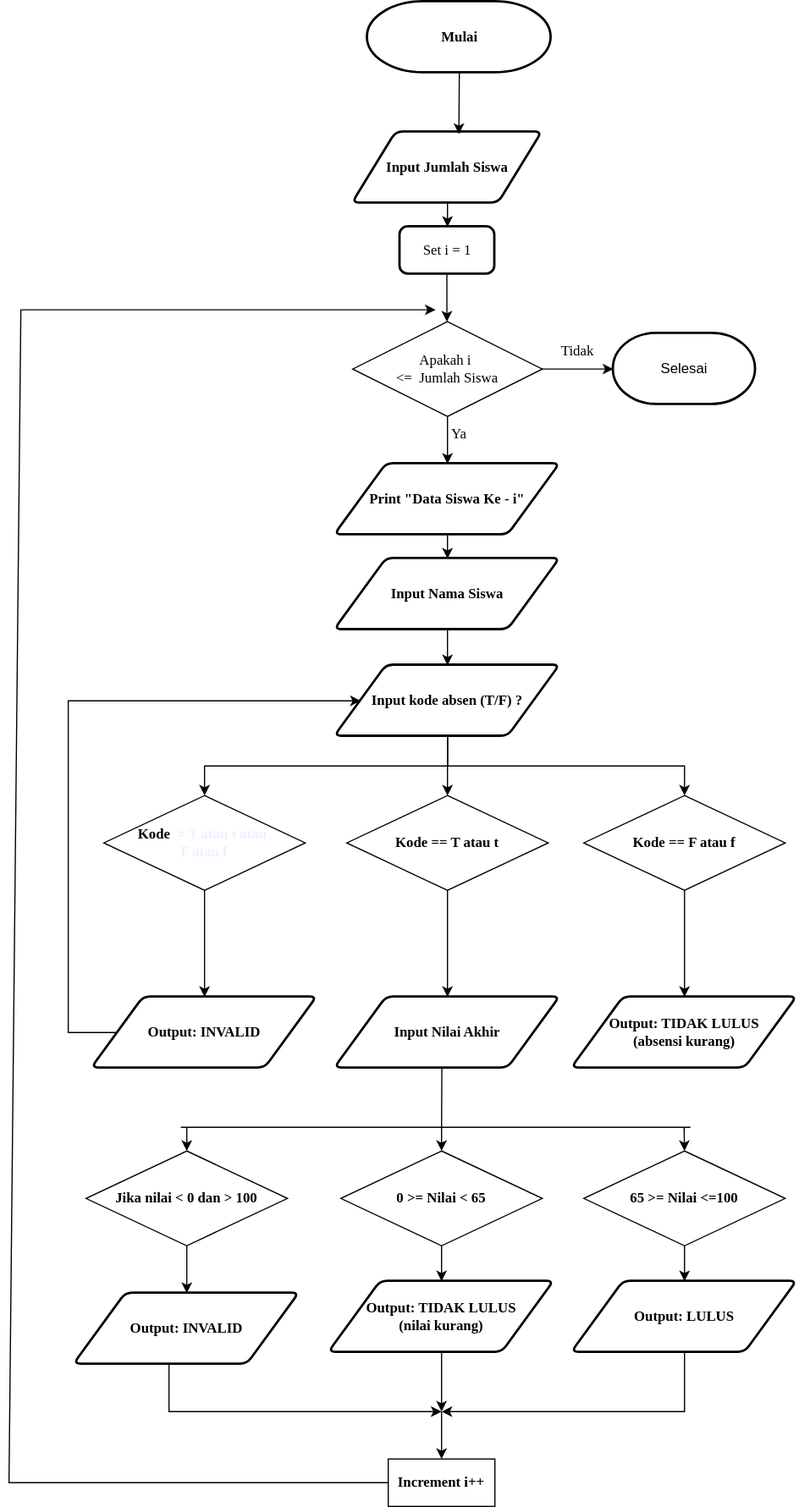
Before: FlowChart.svg, a diagram exported from draw.io (Franzz07/Projek-Sederhana-Program-Kelulusan-Siswa). Source tidied: cells renumbered, new cells last; positions are measured from the earlier drawing's top-left corner, leaving out a move shared by most shapes.
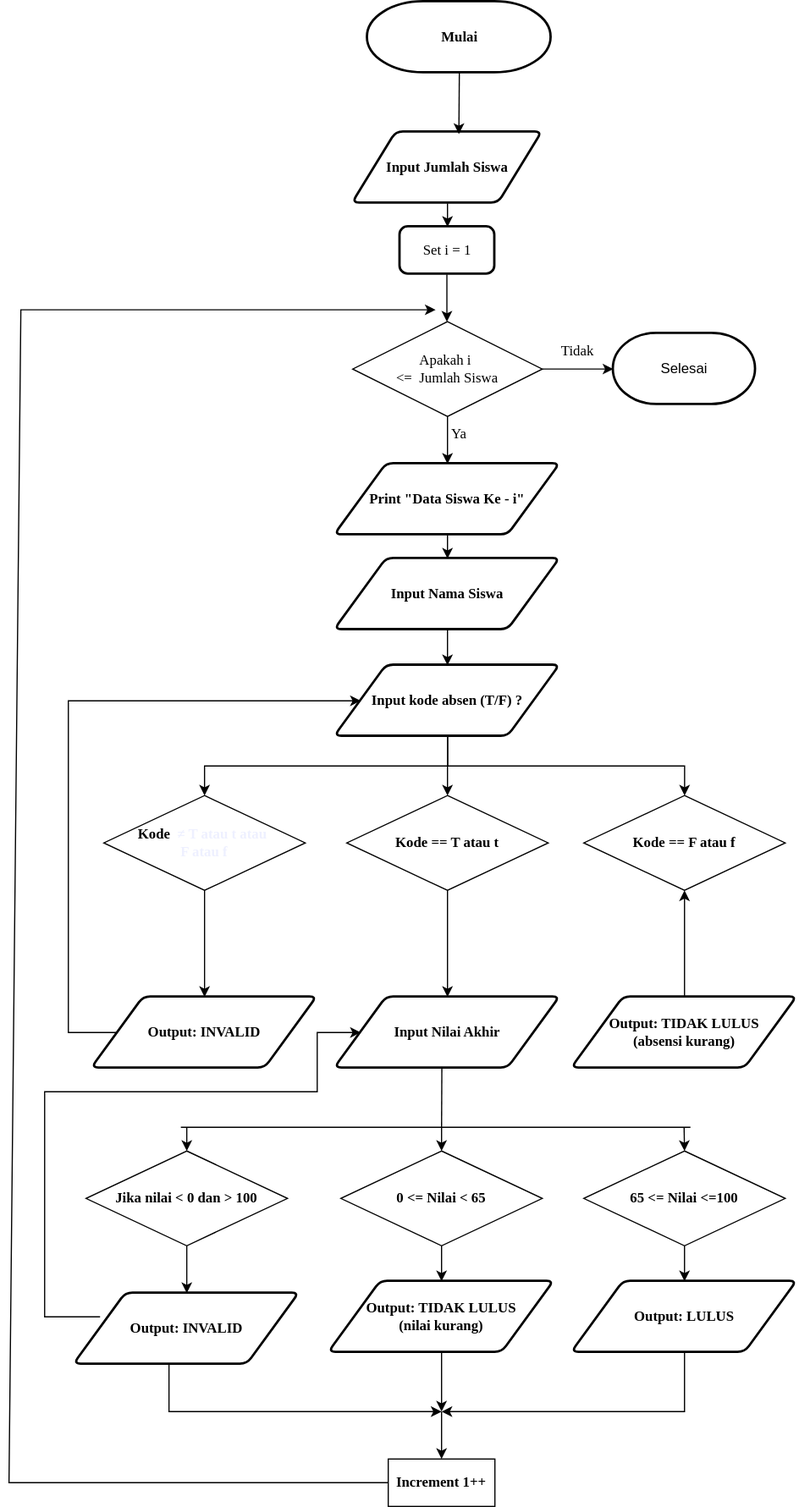
Later version of the same file.

Change to the diagram source:
```diff
@@ -78,6 +78,9 @@
     <mxCell id="22" value="&lt;font face=&quot;Times New Roman&quot;&gt;&lt;b&gt;Kode&amp;nbsp;&amp;nbsp;&lt;/b&gt;&lt;/font&gt;&lt;span style=&quot;text-align: start;&quot;&gt;&lt;font style=&quot;color: light-dark(rgb(238, 240, 255), rgb(255, 255, 255));&quot; face=&quot;Times New Roman&quot;&gt;&lt;b style=&quot;&quot;&gt;≠ T atau t atau&amp;nbsp;&lt;/b&gt;&lt;/font&gt;&lt;/span&gt;&lt;div&gt;&lt;span style=&quot;text-align: start;&quot;&gt;&lt;font style=&quot;color: light-dark(rgb(238, 240, 255), rgb(255, 255, 255));&quot; face=&quot;Times New Roman&quot;&gt;&lt;b style=&quot;&quot;&gt;F atau f&lt;/b&gt;&lt;/font&gt;&lt;/span&gt;&lt;/div&gt;" style="rhombus;whiteSpace=wrap;html=1;" parent="1" vertex="1">
       <mxGeometry x="80" y="670" width="170" height="80" as="geometry" />
     </mxCell>
+    <mxCell id="52" style="edgeStyle=orthogonalEdgeStyle;rounded=0;jettySize=auto;html=1;" parent="1" edge="1" source="23" target="47">
+      <mxGeometry relative="1" as="geometry" />
+    </mxCell>
     <mxCell id="23" value="&lt;b&gt;&lt;font face=&quot;Times New Roman&quot;&gt;Output: TIDAK LULUS&lt;/font&gt;&lt;/b&gt;&lt;div&gt;&lt;b&gt;&lt;font face=&quot;Times New Roman&quot;&gt;(absensi kurang)&lt;/font&gt;&lt;/b&gt;&lt;/div&gt;" style="shape=parallelogram;html=1;strokeWidth=2;perimeter=parallelogramPerimeter;whiteSpace=wrap;rounded=1;arcSize=12;size=0.23;" parent="1" vertex="1">
       <mxGeometry x="475" y="840" width="190" height="60" as="geometry" />
     </mxCell>
@@ -92,10 +95,10 @@
     <mxCell id="26" value="&lt;b&gt;&lt;font face=&quot;Times New Roman&quot;&gt;Jika nilai &amp;lt; 0 dan &amp;gt; 100&lt;/font&gt;&lt;/b&gt;" style="rhombus;whiteSpace=wrap;html=1;" parent="1" vertex="1">
       <mxGeometry x="65" y="970" width="170" height="80" as="geometry" />
     </mxCell>
-    <mxCell id="27" value="&lt;font face=&quot;Times New Roman&quot;&gt;&lt;b&gt;65 &amp;gt;&lt;/b&gt;&lt;/font&gt;&lt;font face=&quot;Times New Roman&quot;&gt;&lt;b&gt;= Nilai &amp;lt;=100&lt;/b&gt;&lt;/font&gt;" style="rhombus;whiteSpace=wrap;html=1;" parent="1" vertex="1">
+    <mxCell id="27" value="&lt;font face=&quot;Times New Roman&quot;&gt;&lt;b&gt;65&amp;nbsp;&lt;/b&gt;&lt;/font&gt;&lt;b style=&quot;font-family: &amp;quot;Times New Roman&amp;quot;;&quot;&gt;&amp;lt;&lt;/b&gt;&lt;font face=&quot;Times New Roman&quot;&gt;&lt;b&gt;= Nilai &amp;lt;=100&lt;/b&gt;&lt;/font&gt;" style="rhombus;whiteSpace=wrap;html=1;" parent="1" vertex="1">
       <mxGeometry x="485" y="970" width="170" height="80" as="geometry" />
     </mxCell>
-    <mxCell id="28" value="&lt;font face=&quot;Times New Roman&quot;&gt;&lt;b&gt;0 &amp;gt;&lt;/b&gt;&lt;/font&gt;&lt;font face=&quot;Times New Roman&quot;&gt;&lt;b&gt;=&lt;/b&gt;&lt;/font&gt;&lt;font face=&quot;Times New Roman&quot;&gt;&lt;b&gt;&amp;nbsp;Nilai &amp;lt; 65&lt;/b&gt;&lt;/font&gt;" style="rhombus;whiteSpace=wrap;html=1;" parent="1" vertex="1">
+    <mxCell id="28" value="&lt;font face=&quot;Times New Roman&quot;&gt;&lt;b&gt;0&amp;nbsp;&lt;/b&gt;&lt;/font&gt;&lt;b style=&quot;font-family: &amp;quot;Times New Roman&amp;quot;;&quot;&gt;&amp;lt;&lt;/b&gt;&lt;font face=&quot;Times New Roman&quot;&gt;&lt;b&gt;=&lt;/b&gt;&lt;/font&gt;&lt;font face=&quot;Times New Roman&quot;&gt;&lt;b&gt;&amp;nbsp;Nilai &amp;lt; 65&lt;/b&gt;&lt;/font&gt;" style="rhombus;whiteSpace=wrap;html=1;" parent="1" vertex="1">
       <mxGeometry x="280" y="970" width="170" height="80" as="geometry" />
     </mxCell>
     <mxCell id="29" style="endArrow=none;html=1;rounded=0;" parent="1" edge="1">
@@ -129,6 +132,17 @@
         </Array>
       </mxGeometry>
     </mxCell>
+    <mxCell id="53" style="edgeStyle=orthogonalEdgeStyle;rounded=0;jettySize=auto;html=1;exitX=0;exitY=0.5;exitDx=0;exitDy=0;" parent="1" edge="1" target="24">
+      <mxGeometry relative="1" as="geometry">
+        <mxPoint x="76.9" y="1110" as="sourcePoint" />
+        <Array as="points">
+          <mxPoint x="30" y="1110" />
+          <mxPoint x="30" y="920" />
+          <mxPoint x="260" y="920" />
+          <mxPoint x="260" y="870" />
+        </Array>
+      </mxGeometry>
+    </mxCell>
     <mxCell id="34" value="&lt;font face=&quot;Times New Roman&quot; style=&quot;&quot;&gt;&lt;b&gt;Output: INVALID&lt;/b&gt;&lt;/font&gt;" style="shape=parallelogram;html=1;strokeWidth=2;perimeter=parallelogramPerimeter;whiteSpace=wrap;rounded=1;arcSize=12;size=0.23;" parent="1" vertex="1">
       <mxGeometry x="55" y="1090" width="190" height="60" as="geometry" />
     </mxCell>
@@ -160,7 +174,7 @@
         </Array>
       </mxGeometry>
     </mxCell>
-    <mxCell id="42" value="&lt;b&gt;&lt;font face=&quot;Times New Roman&quot;&gt;Increment i++&lt;/font&gt;&lt;/b&gt;" style="rounded=0;whiteSpace=wrap;html=1;" parent="1" vertex="1">
+    <mxCell id="42" value="&lt;b&gt;&lt;font face=&quot;Times New Roman&quot;&gt;Increment 1++&lt;/font&gt;&lt;/b&gt;" style="rounded=0;whiteSpace=wrap;html=1;" parent="1" vertex="1">
       <mxGeometry x="320" y="1230" width="90" height="40" as="geometry" />
     </mxCell>
     <mxCell id="43" style="endArrow=classic;html=1;rounded=0;entryX=0.5;entryY=0;entryDx=0;entryDy=0;" parent="1" edge="1" target="42">
@@ -200,8 +214,5 @@
     <mxCell id="50" style="edgeStyle=orthogonalEdgeStyle;rounded=0;jettySize=auto;html=1;exitX=0.5;exitY=1;exitDx=0;exitDy=0;entryX=0.5;entryY=0;entryDx=0;entryDy=0;" parent="1" edge="1" source="22" target="49">
       <mxGeometry relative="1" as="geometry" />
     </mxCell>
-    <mxCell id="51" style="endArrow=classic;html=1;rounded=0;exitX=0.5;exitY=1;exitDx=0;exitDy=0;" parent="1" edge="1" source="47" target="23">
-      <mxGeometry relative="1" as="geometry" />
-    </mxCell>
   </root>
 </mxGraphModel>
```
